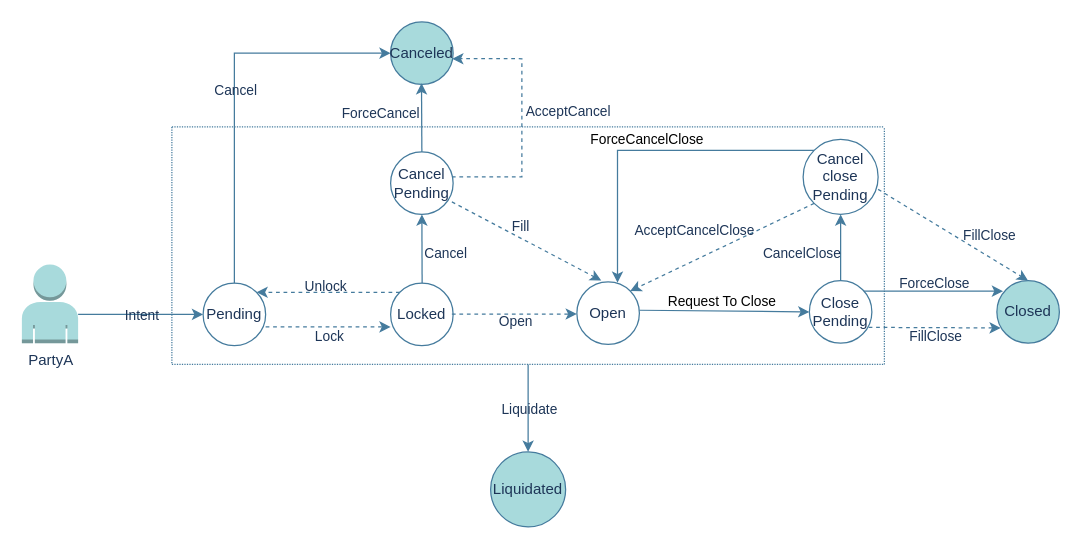
Before: hedger_docs/drawio/IntentTimeLine.drawio in SYMM-IO/docs, a draw.io diagram. Source tidied: cells renumbered, new cells numbered last; positions are measured from the earlier drawing's top-left corner, leaving out a move shared by most shapes. Both pictures are drawn from the tidied source at 125%, with x=0, y=0 at pixel (21, 21).
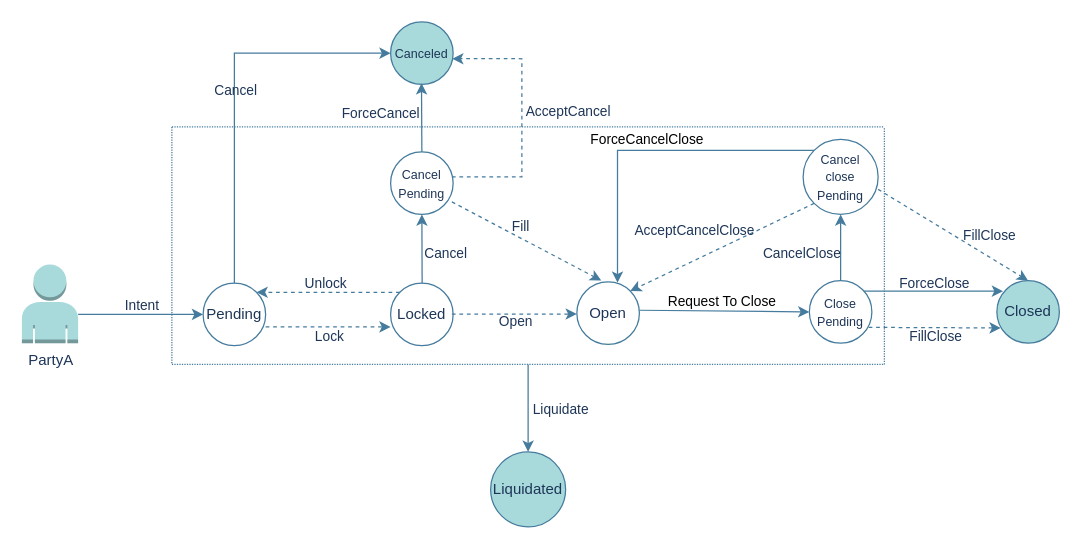
The same diagram, later.

Unchanged cells that the change refers to:
```xml
<mxCell id="3" style="endArrow=classic;html=1;rounded=0;labelBackgroundColor=none;strokeColor=#457B9D;fontColor=default;" parent="1" edge="1">
  <mxGeometry relative="1" as="geometry">
    <mxPoint x="45" y="234" as="sourcePoint" />
    <mxPoint x="145" y="234" as="targetPoint" />
  </mxGeometry>
</mxCell>
<mxCell id="9" style="endArrow=classic;html=1;rounded=0;dashed=1;entryX=1;entryY=0;entryDx=0;entryDy=0;exitX=0;exitY=0;exitDx=0;exitDy=0;labelBackgroundColor=none;strokeColor=#457B9D;fontColor=default;" parent="1" edge="1" source="8" target="5">
  <mxGeometry relative="1" as="geometry" />
</mxCell>
<mxCell id="42" style="endArrow=classic;html=1;rounded=0;exitX=0.5;exitY=1;exitDx=0;exitDy=0;labelBackgroundColor=none;strokeColor=#457B9D;fontColor=default;" parent="1" edge="1" source="41">
  <mxGeometry relative="1" as="geometry">
    <mxPoint x="405" y="344" as="targetPoint" />
  </mxGeometry>
</mxCell>
```

What changed in the source:
```diff
@@
     <mxCell id="4" value="Intent" style="edgeLabel;html=1;align=center;verticalAlign=middle;labelBackgroundColor=none;fontColor=#1D3557;" parent="3" vertex="1">
-      <mxGeometry relative="1" as="geometry" />
+      <mxGeometry relative="1" as="geometry">
+        <mxPoint y="-8" as="offset" />
+      </mxGeometry>
     </mxCell>
@@
     <mxCell id="10" value="Unlock" style="edgeLabel;html=1;align=center;verticalAlign=middle;labelBackgroundColor=none;fontColor=#1D3557;" parent="9" vertex="1">
       <mxGeometry x="0.01" relative="1" as="geometry">
-        <mxPoint x="-2" y="-5" as="offset" />
+        <mxPoint x="-2" y="-8" as="offset" />
       </mxGeometry>
     </mxCell>
@@
-    <mxCell id="15" value="Close Pending" style="ellipse;whiteSpace=wrap;html=1;labelBackgroundColor=none;fillColor=#FFFFFF;strokeColor=#457B9D;fontColor=#1D3557;" parent="1" vertex="1">
+    <mxCell id="15" value="&lt;font style=&quot;font-size: 10px;&quot;&gt;Close Pending&lt;/font&gt;" style="ellipse;whiteSpace=wrap;html=1;labelBackgroundColor=none;fillColor=#FFFFFF;strokeColor=#457B9D;fontColor=#1D3557;" parent="1" vertex="1">
       <mxGeometry x="630" y="207" width="50" height="50" as="geometry" />
     </mxCell>
@@
-    <mxCell id="23" value="Cancel&lt;br&gt;Pending" style="ellipse;whiteSpace=wrap;html=1;labelBackgroundColor=none;fillColor=#FFFFFF;strokeColor=#457B9D;fontColor=#1D3557;" parent="1" vertex="1">
+    <mxCell id="23" value="&lt;font style=&quot;font-size: 10px;&quot;&gt;Cancel&lt;br&gt;Pending&lt;/font&gt;" style="ellipse;whiteSpace=wrap;html=1;labelBackgroundColor=none;fillColor=#FFFFFF;strokeColor=#457B9D;fontColor=#1D3557;" parent="1" vertex="1">
       <mxGeometry x="295" y="104" width="50" height="50" as="geometry" />
     </mxCell>
@@
-    <mxCell id="26" value="Canceled" style="ellipse;whiteSpace=wrap;html=1;labelBackgroundColor=none;fillColor=#A8DADC;strokeColor=#457B9D;fontColor=#1D3557;" parent="1" vertex="1">
+    <mxCell id="26" value="&lt;font style=&quot;font-size: 10px;&quot;&gt;Canceled&lt;/font&gt;" style="ellipse;whiteSpace=wrap;html=1;labelBackgroundColor=none;fillColor=#A8DADC;strokeColor=#457B9D;fontColor=#1D3557;" parent="1" vertex="1">
       <mxGeometry x="295" width="50" height="50" as="geometry" />
     </mxCell>
@@
-    <mxCell id="35" value="Cancel&lt;br&gt;close&lt;br&gt;Pending" style="ellipse;whiteSpace=wrap;html=1;labelBackgroundColor=none;fillColor=#FFFFFF;strokeColor=#457B9D;fontColor=#1D3557;" parent="1" vertex="1">
+    <mxCell id="35" value="&lt;font style=&quot;font-size: 10px;&quot;&gt;Cancel&lt;br&gt;close&lt;br&gt;Pending&lt;/font&gt;" style="ellipse;whiteSpace=wrap;html=1;labelBackgroundColor=none;fillColor=#FFFFFF;strokeColor=#457B9D;fontColor=#1D3557;" parent="1" vertex="1">
       <mxGeometry x="625" y="94" width="60" height="60" as="geometry" />
     </mxCell>
@@
     <mxCell id="43" value="Liquidate" style="edgeLabel;html=1;align=center;verticalAlign=middle;labelBackgroundColor=none;fontColor=#1D3557;" parent="42" vertex="1">
-      <mxGeometry relative="1" as="geometry" />
+      <mxGeometry relative="1" as="geometry">
+        <mxPoint x="25" as="offset" />
+      </mxGeometry>
     </mxCell>
```
